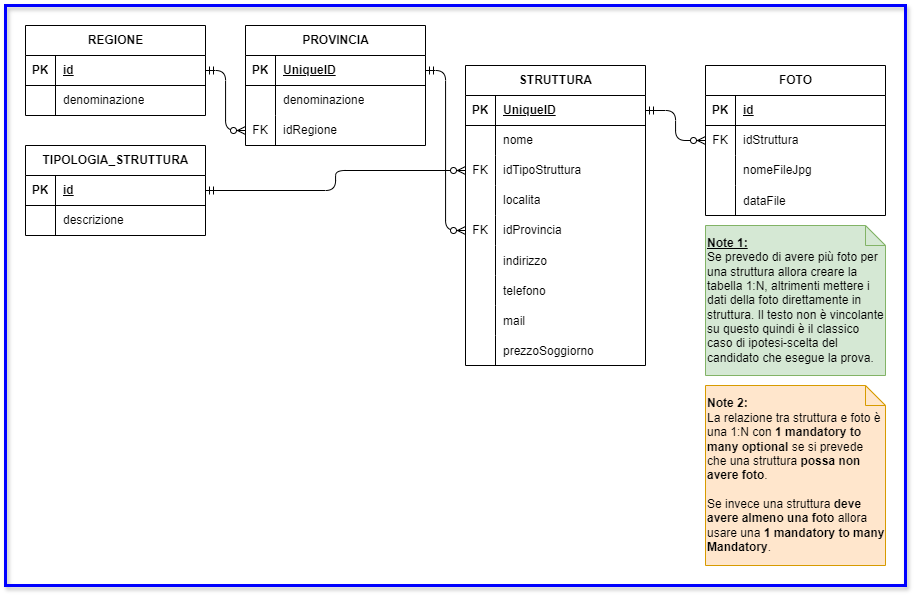
CescoP81/GalileiOstiglia keeps this draw.io diagram as AS_2024_2025/5B-Informatica/cs02pag376/ER.drawio.png. Above is the earlier version. Source tidied: cells renumbered, new cells last; positions are measured from the earlier drawing's top-left corner, leaving out a move shared by most shapes.
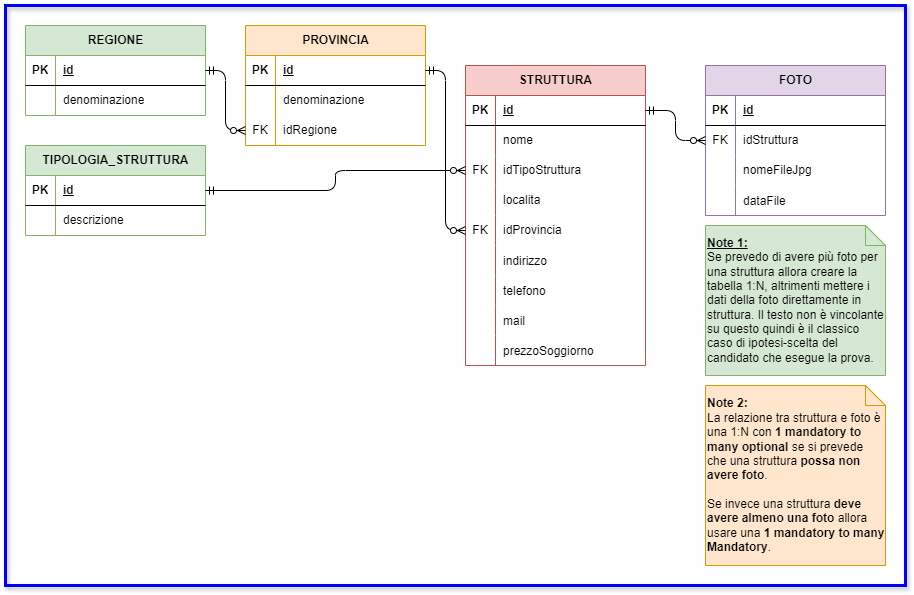
Above is the later version.

Diff of the diagram source:
```diff
@@ -5,7 +5,7 @@
     <mxCell id="2" style="rounded=0;whiteSpace=wrap;html=1;fillColor=none;shadow=1;strokeWidth=3;strokeColor=#0000FF;" parent="1" vertex="1">
       <mxGeometry width="900" height="580" as="geometry" />
     </mxCell>
-    <mxCell id="3" value="STRUTTURA" style="shape=table;startSize=30;rowLines=0;fontStyle=1;align=center;html=1;" parent="1" vertex="1">
+    <mxCell id="3" value="STRUTTURA" style="shape=table;startSize=30;rowLines=0;fontStyle=1;align=center;html=1;fillColor=#f8cecc;strokeColor=#b85450;" parent="1" vertex="1">
       <mxGeometry x="460" y="60" width="180" height="300" as="geometry" />
     </mxCell>
     <mxCell id="4" style="shape=tableRow;horizontal=0;startSize=0;swimlaneHead=0;swimlaneBody=0;fillColor=none;points=[[0,0.5],[1,0.5]];portConstraint=eastwest;top=0;left=0;right=0;bottom=1;" parent="3" vertex="1">
@@ -14,7 +14,7 @@
     <mxCell id="5" value="PK" style="shape=partialRectangle;fillColor=none;top=0;left=0;bottom=0;right=0;fontStyle=1;overflow=hidden;whiteSpace=wrap;html=1;" parent="4" vertex="1">
       <mxGeometry width="30" height="30" as="geometry" />
     </mxCell>
-    <mxCell id="6" value="UniqueID" style="shape=partialRectangle;fillColor=none;top=0;left=0;bottom=0;right=0;align=left;spacingLeft=6;fontStyle=5;overflow=hidden;whiteSpace=wrap;html=1;" parent="4" vertex="1">
+    <mxCell id="6" value="id" style="shape=partialRectangle;fillColor=none;top=0;left=0;bottom=0;right=0;align=left;spacingLeft=6;fontStyle=5;overflow=hidden;whiteSpace=wrap;html=1;" parent="4" vertex="1">
       <mxGeometry x="30" width="150" height="30" as="geometry" />
     </mxCell>
     <mxCell id="7" style="shape=tableRow;horizontal=0;startSize=0;swimlaneHead=0;swimlaneBody=0;fillColor=none;top=0;left=0;right=0;bottom=0;" parent="3" vertex="1">
@@ -89,7 +89,7 @@
     <mxCell id="30" value="prezzoSoggiorno" style="shape=partialRectangle;fillColor=none;top=0;left=0;bottom=0;right=0;align=left;spacingLeft=6;overflow=hidden;" parent="28" vertex="1">
       <mxGeometry x="30" width="150" height="30" as="geometry" />
     </mxCell>
-    <mxCell id="31" value="PROVINCIA" style="shape=table;startSize=30;rowLines=0;fontStyle=1;align=center;html=1;" parent="1" vertex="1">
+    <mxCell id="31" value="PROVINCIA" style="shape=table;startSize=30;rowLines=0;fontStyle=1;align=center;html=1;fillColor=#ffe6cc;strokeColor=#d79b00;" parent="1" vertex="1">
       <mxGeometry x="240" y="20" width="180" height="120" as="geometry" />
     </mxCell>
     <mxCell id="32" style="shape=tableRow;horizontal=0;startSize=0;swimlaneHead=0;swimlaneBody=0;fillColor=none;points=[[0,0.5],[1,0.5]];portConstraint=eastwest;top=0;left=0;right=0;bottom=1;" parent="31" vertex="1">
@@ -98,7 +98,7 @@
     <mxCell id="33" value="PK" style="shape=partialRectangle;fillColor=none;top=0;left=0;bottom=0;right=0;fontStyle=1;overflow=hidden;whiteSpace=wrap;html=1;" parent="32" vertex="1">
       <mxGeometry width="30" height="30" as="geometry" />
     </mxCell>
-    <mxCell id="34" value="UniqueID" style="shape=partialRectangle;fillColor=none;top=0;left=0;bottom=0;right=0;align=left;spacingLeft=6;fontStyle=5;overflow=hidden;whiteSpace=wrap;html=1;" parent="32" vertex="1">
+    <mxCell id="34" value="id" style="shape=partialRectangle;fillColor=none;top=0;left=0;bottom=0;right=0;align=left;spacingLeft=6;fontStyle=5;overflow=hidden;whiteSpace=wrap;html=1;" parent="32" vertex="1">
       <mxGeometry x="30" width="150" height="30" as="geometry" />
     </mxCell>
     <mxCell id="35" style="shape=tableRow;horizontal=0;startSize=0;swimlaneHead=0;swimlaneBody=0;fillColor=none;top=0;left=0;right=0;bottom=0;" parent="31" vertex="1">
@@ -119,7 +119,7 @@
     <mxCell id="40" value="idRegione" style="shape=partialRectangle;fillColor=none;top=0;left=0;bottom=0;right=0;align=left;spacingLeft=6;fontStyle=0;overflow=hidden;whiteSpace=wrap;html=1;" parent="38" vertex="1">
       <mxGeometry x="30" width="150" height="30" as="geometry" />
     </mxCell>
-    <mxCell id="41" value="REGIONE" style="shape=table;startSize=30;rowLines=0;fontStyle=1;align=center;html=1;" parent="1" vertex="1">
+    <mxCell id="41" value="REGIONE" style="shape=table;startSize=30;rowLines=0;fontStyle=1;align=center;html=1;fillColor=#d5e8d4;strokeColor=#82b366;" parent="1" vertex="1">
       <mxGeometry x="20" y="20" width="180" height="90" as="geometry" />
     </mxCell>
     <mxCell id="42" style="shape=tableRow;horizontal=0;startSize=0;swimlaneHead=0;swimlaneBody=0;fillColor=none;points=[[0,0.5],[1,0.5]];portConstraint=eastwest;top=0;left=0;right=0;bottom=1;" parent="41" vertex="1">
@@ -140,7 +140,7 @@
     <mxCell id="47" value="denominazione" style="shape=partialRectangle;fillColor=none;top=0;left=0;bottom=0;right=0;align=left;spacingLeft=6;overflow=hidden;whiteSpace=wrap;html=1;" parent="45" vertex="1">
       <mxGeometry x="30" width="150" height="30" as="geometry" />
     </mxCell>
-    <mxCell id="48" value="TIPOLOGIA_STRUTTURA" style="shape=table;startSize=30;rowLines=0;fontStyle=1;align=center;html=1;" parent="1" vertex="1">
+    <mxCell id="48" value="TIPOLOGIA_STRUTTURA" style="shape=table;startSize=30;rowLines=0;fontStyle=1;align=center;html=1;fillColor=#d5e8d4;strokeColor=#82b366;" parent="1" vertex="1">
       <mxGeometry x="20" y="140" width="180" height="90" as="geometry" />
     </mxCell>
     <mxCell id="49" style="shape=tableRow;horizontal=0;startSize=0;swimlaneHead=0;swimlaneBody=0;fillColor=none;points=[[0,0.5],[1,0.5]];portConstraint=eastwest;top=0;left=0;right=0;bottom=1;" parent="48" vertex="1">
@@ -161,7 +161,7 @@
     <mxCell id="54" value="descrizione" style="shape=partialRectangle;fillColor=none;top=0;left=0;bottom=0;right=0;align=left;spacingLeft=6;overflow=hidden;whiteSpace=wrap;html=1;" parent="52" vertex="1">
       <mxGeometry x="30" width="150" height="30" as="geometry" />
     </mxCell>
-    <mxCell id="55" value="FOTO" style="shape=table;startSize=30;rowLines=0;fontStyle=1;align=center;html=1;" parent="1" vertex="1">
+    <mxCell id="55" value="FOTO" style="shape=table;startSize=30;rowLines=0;fontStyle=1;align=center;html=1;fillColor=#e1d5e7;strokeColor=#9673a6;" parent="1" vertex="1">
       <mxGeometry x="700" y="60" width="180" height="150" as="geometry" />
     </mxCell>
     <mxCell id="56" style="shape=tableRow;horizontal=0;startSize=0;swimlaneHead=0;swimlaneBody=0;fillColor=none;top=0;left=0;right=0;bottom=1;" parent="55" vertex="1">
```
